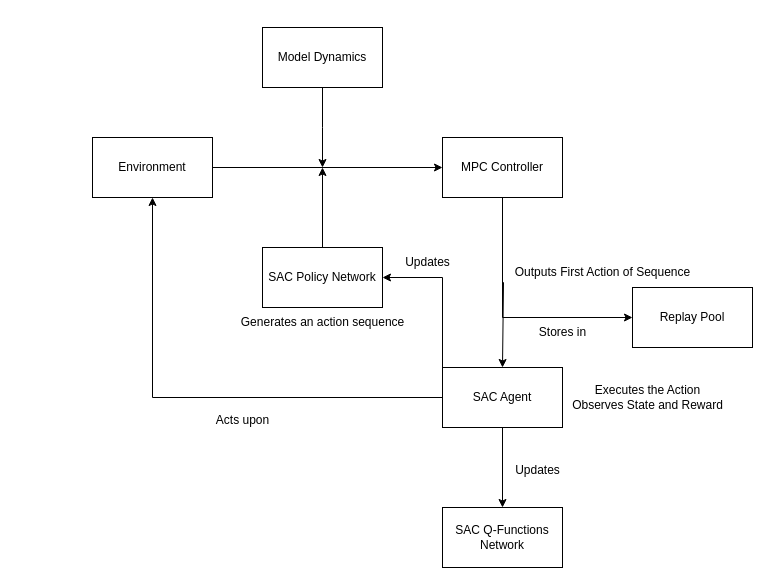
This is proposal.drawio from soykrom/Thesis-Project, a draw.io file, before an edit. Source tidied: cells renumbered, new cells numbered last; positions are measured from the earlier drawing's top-left corner, leaving out a move shared by most shapes. Both pictures are drawn from the tidied source at 100%, with x=0, y=0 at pixel (92, 27).
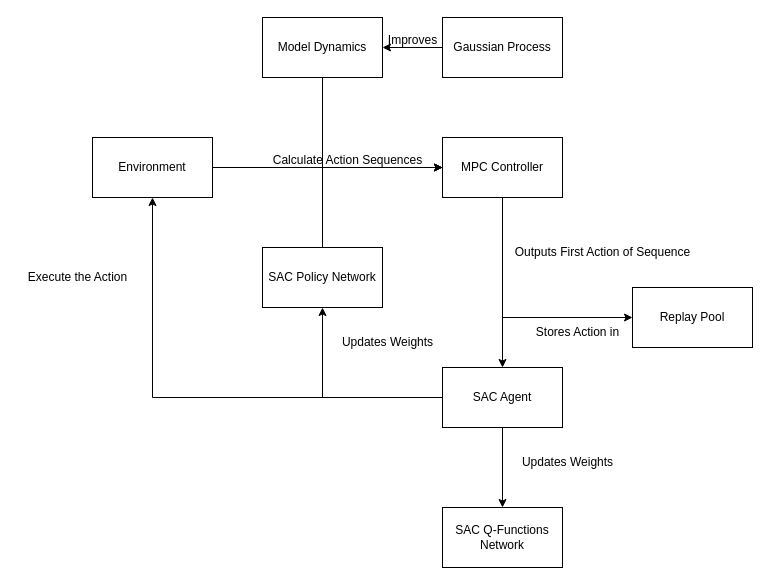
Above is the later version.

Commit message:
Updated proposal.drawio to base model

The change refers to these unchanged cells:
```xml
<mxCell id="6" value="MPC Controller" style="rounded=0;whiteSpace=wrap;html=1;" parent="1" vertex="1">
  <mxGeometry x="350" y="110" width="120" height="60" as="geometry" />
</mxCell>
<mxCell id="10" value="SAC Policy Network" style="rounded=0;whiteSpace=wrap;html=1;" parent="1" vertex="1">
  <mxGeometry x="170" y="220" width="120" height="60" as="geometry" />
</mxCell>
<mxCell id="16" value="SAC Agent" style="rounded=0;whiteSpace=wrap;html=1;" parent="1" vertex="1">
  <mxGeometry x="350" y="340" width="120" height="60" as="geometry" />
</mxCell>
```

Diff of the diagram source:
```diff
@@
-    <mxCell id="4" style="edgeStyle=orthogonalEdgeStyle;rounded=0;jettySize=auto;html=1;" parent="1" edge="1" source="6">
-      <mxGeometry relative="1" as="geometry">
-        <mxPoint x="410" y="340" as="targetPoint" />
-        <Array as="points">
-          <mxPoint x="410" y="255" />
-          <mxPoint x="411" y="255" />
-        </Array>
-      </mxGeometry>
-    </mxCell>
+    <mxCell id="24" style="edgeStyle=orthogonalEdgeStyle;rounded=0;jettySize=auto;html=1;entryX=0.5;entryY=0;entryDx=0;entryDy=0;" parent="1" edge="1" source="6" target="16">
+      <mxGeometry relative="1" as="geometry" />
+    </mxCell>
@@
-    <mxCell id="7" style="edgeStyle=orthogonalEdgeStyle;rounded=0;jettySize=auto;html=1;" parent="1" edge="1" source="8">
+    <mxCell id="7" style="edgeStyle=orthogonalEdgeStyle;rounded=0;jettySize=auto;html=1;entryX=0;entryY=0.5;entryDx=0;entryDy=0;" parent="1" edge="1" source="8" target="6">
       <mxGeometry relative="1" as="geometry">
-        <mxPoint x="230" y="140" as="targetPoint" />
+        <Array as="points">
+          <mxPoint x="230" y="140" />
+        </Array>
       </mxGeometry>
     </mxCell>
     <mxCell id="8" value="Model Dynamics" style="rounded=0;whiteSpace=wrap;html=1;" parent="1" vertex="1">
-      <mxGeometry x="170" width="120" height="60" as="geometry" />
+      <mxGeometry x="170" y="-10" width="120" height="60" as="geometry" />
     </mxCell>
-    <mxCell id="9" style="edgeStyle=orthogonalEdgeStyle;rounded=0;jettySize=auto;html=1;" parent="1" edge="1" source="10">
+    <mxCell id="9" style="edgeStyle=orthogonalEdgeStyle;rounded=0;jettySize=auto;html=1;entryX=0;entryY=0.5;entryDx=0;entryDy=0;" parent="1" edge="1" source="10" target="6">
       <mxGeometry relative="1" as="geometry">
-        <mxPoint x="230" y="140" as="targetPoint" />
+        <Array as="points">
+          <mxPoint x="230" y="140" />
+        </Array>
       </mxGeometry>
     </mxCell>
@@
     <mxCell id="11" value="Outputs First Action of Sequence&lt;br&gt;" style="text;html=1;align=center;verticalAlign=middle;strokeColor=none;fillColor=none;" parent="1" vertex="1">
-      <mxGeometry x="410" y="230" width="200" height="30" as="geometry" />
+      <mxGeometry x="410" y="210" width="200" height="30" as="geometry" />
     </mxCell>
-    <mxCell id="12" value="Generates an action sequence" style="text;html=1;align=center;verticalAlign=middle;strokeColor=none;fillColor=none;" parent="1" vertex="1">
-      <mxGeometry x="135" y="280" width="190" height="30" as="geometry" />
-    </mxCell>
@@
-    <mxCell id="14" style="edgeStyle=orthogonalEdgeStyle;rounded=0;jettySize=auto;html=1;exitX=0;exitY=0;exitDx=0;exitDy=0;entryX=1;entryY=0.5;entryDx=0;entryDy=0;" parent="1" edge="1" source="16" target="10">
-      <mxGeometry relative="1" as="geometry" />
+    <mxCell id="14" style="edgeStyle=orthogonalEdgeStyle;rounded=0;jettySize=auto;html=1;exitX=0;exitY=0;exitDx=0;exitDy=0;entryX=0.5;entryY=1;entryDx=0;entryDy=0;" parent="1" edge="1" source="16" target="10">
+      <mxGeometry relative="1" as="geometry">
+        <Array as="points">
+          <mxPoint x="350" y="370" />
+          <mxPoint x="230" y="370" />
+        </Array>
+      </mxGeometry>
     </mxCell>
@@
-    <mxCell id="17" value="Executes the Action&lt;br&gt;Observes State and Reward" style="text;html=1;align=center;verticalAlign=middle;strokeColor=none;fillColor=none;" parent="1" vertex="1">
-      <mxGeometry x="470" y="350" width="170" height="40" as="geometry" />
+    <mxCell id="17" value="Execute the Action" style="text;html=1;align=center;verticalAlign=middle;strokeColor=none;fillColor=none;" parent="1" vertex="1">
+      <mxGeometry x="-75" y="235" width="120" height="30" as="geometry" />
     </mxCell>
-    <mxCell id="18" value="Updates" style="text;html=1;align=center;verticalAlign=middle;strokeColor=none;fillColor=none;" parent="1" vertex="1">
-      <mxGeometry x="300" y="220" width="70" height="30" as="geometry" />
+    <mxCell id="18" value="Updates Weights" style="text;html=1;align=center;verticalAlign=middle;strokeColor=none;fillColor=none;" parent="1" vertex="1">
+      <mxGeometry x="240" y="300" width="110" height="30" as="geometry" />
     </mxCell>
@@
-    <mxCell id="20" value="Updates" style="text;html=1;align=center;verticalAlign=middle;strokeColor=none;fillColor=none;" parent="1" vertex="1">
-      <mxGeometry x="410" y="428" width="70" height="30" as="geometry" />
+    <mxCell id="20" value="Updates Weights" style="text;html=1;align=center;verticalAlign=middle;strokeColor=none;fillColor=none;" parent="1" vertex="1">
+      <mxGeometry x="420" y="420" width="110" height="30" as="geometry" />
     </mxCell>
@@
-    <mxCell id="22" value="Stores in" style="text;html=1;align=center;verticalAlign=middle;strokeColor=none;fillColor=none;" parent="1" vertex="1">
-      <mxGeometry x="435" y="290" width="70" height="30" as="geometry" />
+    <mxCell id="22" value="Stores Action in" style="text;html=1;align=center;verticalAlign=middle;strokeColor=none;fillColor=none;" parent="1" vertex="1">
+      <mxGeometry x="430" y="290" width="110" height="30" as="geometry" />
     </mxCell>
-    <mxCell id="23" value="Acts upon" style="text;html=1;align=center;verticalAlign=middle;strokeColor=none;fillColor=none;" parent="1" vertex="1">
-      <mxGeometry x="110" y="378" width="80" height="30" as="geometry" />
-    </mxCell>
+    <mxCell id="25" style="edgeStyle=orthogonalEdgeStyle;rounded=0;jettySize=auto;html=1;entryX=1;entryY=0.5;entryDx=0;entryDy=0;" parent="1" edge="1" source="26" target="8">
+      <mxGeometry relative="1" as="geometry" />
+    </mxCell>
+    <mxCell id="26" value="Gaussian Process" style="rounded=0;whiteSpace=wrap;html=1;" parent="1" vertex="1">
+      <mxGeometry x="350" y="-10" width="120" height="60" as="geometry" />
+    </mxCell>
+    <mxCell id="27" value="Improves" style="text;html=1;align=center;verticalAlign=middle;strokeColor=none;fillColor=none;" parent="1" vertex="1">
+      <mxGeometry x="285" y="-2" width="70" height="30" as="geometry" />
+    </mxCell>
+    <mxCell id="28" value="Calculate Action Sequences" style="text;html=1;align=center;verticalAlign=middle;strokeColor=none;fillColor=none;" parent="1" vertex="1">
+      <mxGeometry x="170" y="118" width="170" height="30" as="geometry" />
+    </mxCell>
```
